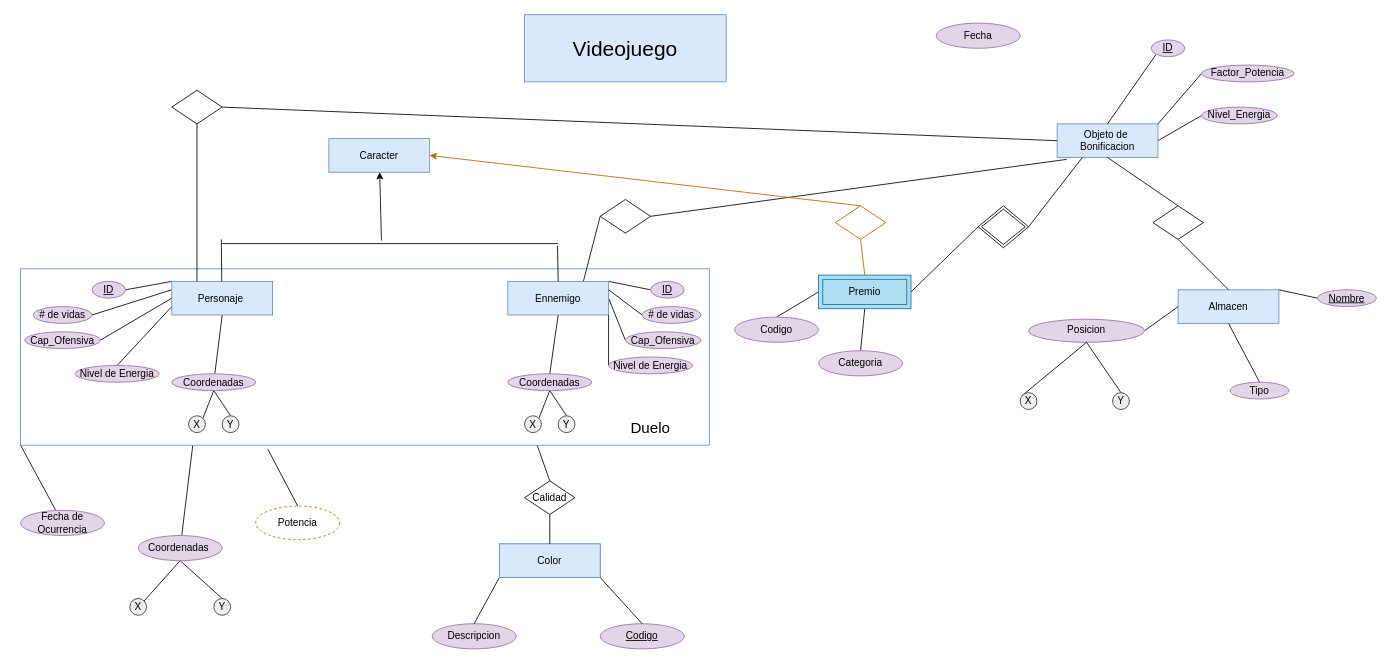
The draw.io diagram Diagrama sin título.drawio in brayanbc22/Web, before the edit. Source tidied: cells renumbered, new cells numbered last; positions are measured from the earlier drawing's top-left corner, leaving out a move shared by most shapes. Both pictures are drawn from the tidied source at 84%, with x=0, y=0 at pixel (20, 14).
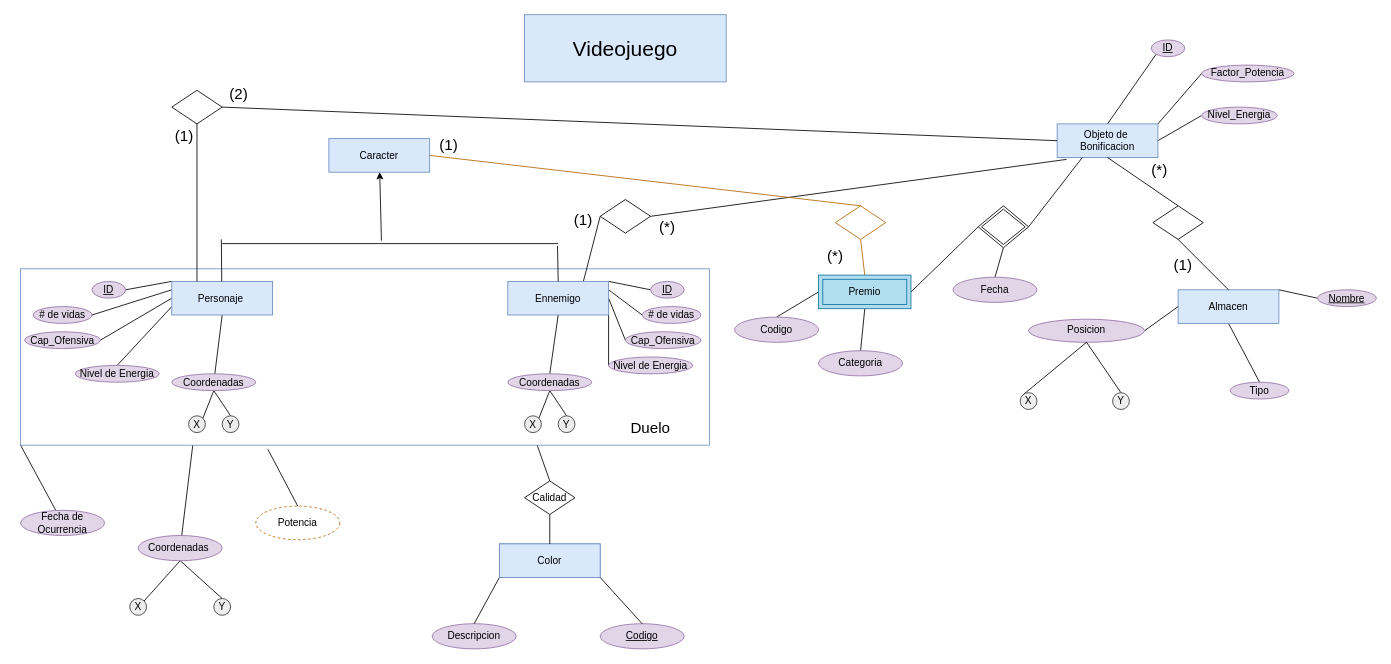
Above is the later version.

Unchanged cells that the change refers to:
```xml
<mxCell id="7" value="Caracter" style="rounded=0;whiteSpace=wrap;html=1;fillColor=#dae8fc;strokeColor=#6c8ebf;" parent="1" vertex="1">
  <mxGeometry x="367" y="147.5" width="120" height="40" as="geometry" />
</mxCell>
<mxCell id="79" style="shape=rhombus;double=1;perimeter=rhombusPerimeter;whiteSpace=wrap;html=1;align=center;fillColor=none;" parent="1" vertex="1">
  <mxGeometry x="1140" y="227.5" width="60" height="50" as="geometry" />
</mxCell>
<mxCell id="99" style="shape=rhombus;perimeter=rhombusPerimeter;whiteSpace=wrap;html=1;align=center;fillColor=none;strokeColor=#b46504;" parent="1" vertex="1">
  <mxGeometry x="970" y="227.5" width="60" height="40" as="geometry" />
</mxCell>
```

Change to the diagram source:
```diff
@@
+    <mxCell id="100" style="edgeStyle=none;rounded=0;jettySize=auto;html=1;exitX=0.5;exitY=0;exitDx=0;exitDy=0;entryX=0.5;entryY=1;entryDx=0;entryDy=0;endArrow=none;endFill=0;" parent="1" edge="1" source="81" target="79">
+      <mxGeometry relative="1" as="geometry" />
+    </mxCell>
     <mxCell id="81" value="Fecha" style="ellipse;whiteSpace=wrap;html=1;fillColor=#e1d5e7;strokeColor=#9673a6;" parent="1" vertex="1">
-      <mxGeometry x="1090" y="10" width="100" height="30" as="geometry" />
+      <mxGeometry x="1110" y="312.5" width="100" height="30" as="geometry" />
     </mxCell>
@@
-    <mxCell id="98" style="edgeStyle=none;rounded=0;jettySize=auto;html=1;exitX=0.5;exitY=0;exitDx=0;exitDy=0;entryX=1;entryY=0.5;entryDx=0;entryDy=0;fillColor=#fad7ac;strokeColor=#b46504;" parent="1" edge="1" source="99" target="7">
+    <mxCell id="98" style="edgeStyle=none;rounded=0;jettySize=auto;html=1;exitX=0.5;exitY=0;exitDx=0;exitDy=0;entryX=1;entryY=0.5;entryDx=0;entryDy=0;fillColor=#fad7ac;strokeColor=#b46504;endArrow=none;endFill=0;" parent="1" edge="1" source="99" target="7">
       <mxGeometry relative="1" as="geometry" />
     </mxCell>
@@
+    <mxCell id="101" value="&lt;font style=&quot;font-size: 18px;&quot;&gt;(1)&lt;/font&gt;" style="text;strokeColor=none;align=center;fillColor=none;html=1;verticalAlign=middle;whiteSpace=wrap;rounded=0;" parent="1" vertex="1">
+      <mxGeometry x="165" y="130" width="60" height="30" as="geometry" />
+    </mxCell>
+    <mxCell id="102" value="&lt;font style=&quot;font-size: 18px;&quot;&gt;(2)&lt;/font&gt;" style="text;strokeColor=none;align=center;fillColor=none;html=1;verticalAlign=middle;whiteSpace=wrap;rounded=0;" parent="1" vertex="1">
+      <mxGeometry x="230" y="80" width="60" height="30" as="geometry" />
+    </mxCell>
+    <mxCell id="103" value="&lt;font style=&quot;font-size: 18px;&quot;&gt;(1)&lt;/font&gt;" style="text;strokeColor=none;align=center;fillColor=none;html=1;verticalAlign=middle;whiteSpace=wrap;rounded=0;" parent="1" vertex="1">
+      <mxGeometry x="640" y="230" width="60" height="30" as="geometry" />
+    </mxCell>
+    <mxCell id="104" value="&lt;font style=&quot;font-size: 18px;&quot;&gt;(*)&lt;/font&gt;" style="text;strokeColor=none;align=center;fillColor=none;html=1;verticalAlign=middle;whiteSpace=wrap;rounded=0;" parent="1" vertex="1">
+      <mxGeometry x="740" y="237.5" width="60" height="30" as="geometry" />
+    </mxCell>
+    <mxCell id="105" value="&lt;font style=&quot;font-size: 18px;&quot;&gt;(1)&lt;/font&gt;" style="text;strokeColor=none;align=center;fillColor=none;html=1;verticalAlign=middle;whiteSpace=wrap;rounded=0;" parent="1" vertex="1">
+      <mxGeometry x="1354" y="282.5" width="60" height="30" as="geometry" />
+    </mxCell>
+    <mxCell id="106" value="&lt;font style=&quot;font-size: 18px;&quot;&gt;(*)&lt;/font&gt;" style="text;strokeColor=none;align=center;fillColor=none;html=1;verticalAlign=middle;whiteSpace=wrap;rounded=0;" parent="1" vertex="1">
+      <mxGeometry x="1326" y="170" width="60" height="30" as="geometry" />
+    </mxCell>
+    <mxCell id="107" value="&lt;font style=&quot;font-size: 18px;&quot;&gt;(1)&lt;/font&gt;" style="text;strokeColor=none;align=center;fillColor=none;html=1;verticalAlign=middle;whiteSpace=wrap;rounded=0;" parent="1" vertex="1">
+      <mxGeometry x="480" y="140" width="60" height="30" as="geometry" />
+    </mxCell>
+    <mxCell id="108" value="&lt;font style=&quot;font-size: 18px;&quot;&gt;(*)&lt;/font&gt;" style="text;strokeColor=none;align=center;fillColor=none;html=1;verticalAlign=middle;whiteSpace=wrap;rounded=0;" parent="1" vertex="1">
+      <mxGeometry x="940" y="272.5" width="60" height="30" as="geometry" />
+    </mxCell>
```
